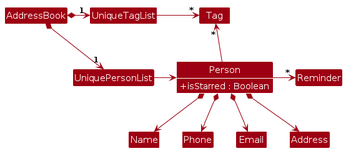
The PlantUML diagram diagrams/BetterModelClassDiagram.png in AY2526S1-CS2103T-F09-1/tp, before a commit. Its source is kept beside it as diagrams/BetterModelClassDiagram.puml.
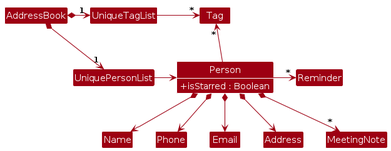
The same file after the commit.

What changed in the source:
```diff
@@ -26,5 +26,6 @@
 Person *--> Phone
 Person *--> Email
 Person *--> Address
+Person *--> "*" MeetingNote
 Person -right> "*" Reminder
 @enduml
```
